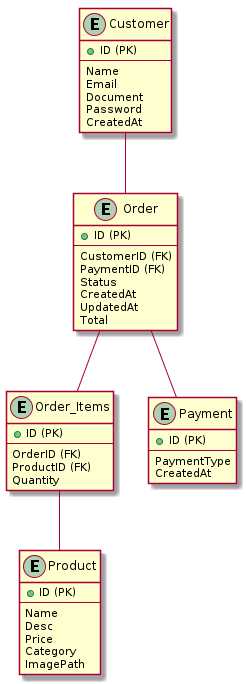
arceruiz/tech-challenge keeps this PlantUML diagram as docs/ER.png. Above is the earlier version. Source of this version:
```plantuml
@startuml

entity "Customer" as Customer {
  +ID (PK)
  --
  Name
  Email
  Document
  Password
  CreatedAt
}


entity "Product" as Product {
  +ID (PK)
  --
  Name
  Desc
  Price
  Category
  ImagePath
}

entity "Order_Items" as OrderItems {
  +ID (PK)
  --
  OrderID (FK)
  ProductID (FK)
  Quantity
}

entity "Order" as Order {
  +ID (PK)
  --
  CustomerID (FK)
  PaymentID (FK)
  Status
  CreatedAt
  UpdatedAt
  Total
}

entity "Payment" as Payment {
  +ID (PK)
  --
  PaymentType
  CreatedAt
}

Customer -- Order
Order -- OrderItems
Order -- Payment
OrderItems -- Product

@enduml
```
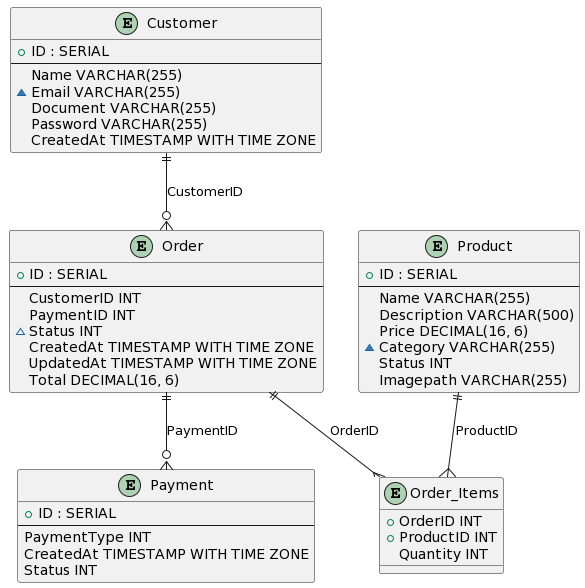
The same diagram one commit later.

Commit message:
adicionando mer diagram

The edit, as a diff of the source:
```diff
@@ -1,55 +1,52 @@
 @startuml
-
-entity "Customer" as Customer {
-  +ID (PK)
+entity "Customer" {
+  + ID : SERIAL
   --
-  Name
-  Email
-  Document
-  Password
-  CreatedAt
+  Name VARCHAR(255)
+  ~ Email VARCHAR(255)
+  Document VARCHAR(255)
+  Password VARCHAR(255)
+  CreatedAt TIMESTAMP WITH TIME ZONE
 }
 
-
-entity "Product" as Product {
-  +ID (PK)
+entity "Product" {
+  + ID : SERIAL
   --
-  Name
-  Desc
-  Price
-  Category
-  ImagePath
+  Name VARCHAR(255)
+  Description VARCHAR(500)
+  Price DECIMAL(16, 6)
+  ~ Category VARCHAR(255)
+  Status INT
+  Imagepath VARCHAR(255)
 }
 
-entity "Order_Items" as OrderItems {
-  +ID (PK)
+entity "Payment" {
+  + ID : SERIAL
   --
-  OrderID (FK)
-  ProductID (FK)
-  Quantity
+  PaymentType INT
+  CreatedAt TIMESTAMP WITH TIME ZONE
+  Status INT
 }
 
-entity "Order" as Order {
-  +ID (PK)
+entity "Order" {
+  + ID : SERIAL
   --
-  CustomerID (FK)
-  PaymentID (FK)
-  Status
-  CreatedAt
-  UpdatedAt
-  Total
+  CustomerID INT
+  PaymentID INT
+  ~ Status INT
+  CreatedAt TIMESTAMP WITH TIME ZONE
+  UpdatedAt TIMESTAMP WITH TIME ZONE
+  Total DECIMAL(16, 6)
 }
 
-entity "Payment" as Payment {
-  +ID (PK)
-  --
-  PaymentType
-  CreatedAt
+entity "Order_Items" {
+  + OrderID INT
+  + ProductID INT
+  Quantity INT
 }
 
-Customer -- Order
-Order -- OrderItems
-Order -- Payment
-OrderItems -- Product
-
+Customer ||--o{ Order : CustomerID
+Order ||--o{ Payment : PaymentID
+Order ||--{ Order_Items : OrderID
+Product ||--{ Order_Items : ProductID
 @enduml
```
